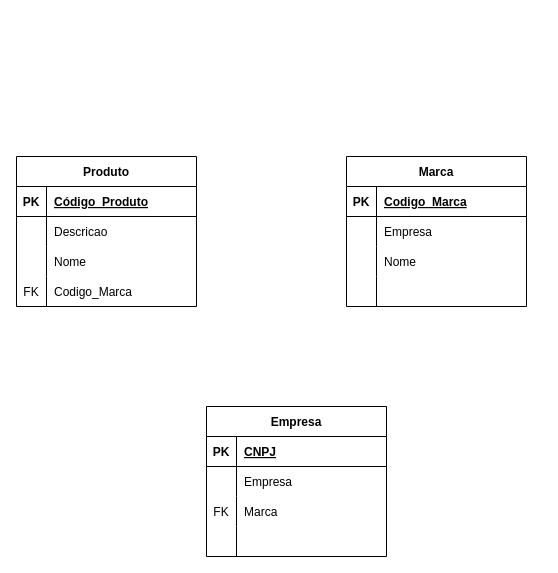
Earlier version of the draw.io diagram Banco_Dados/Der/Der_Devaria.Drawio (victor-augusto-da-silva/Devaria). Source tidied: cells renumbered, new cells numbered last; positions are measured from the earlier drawing's top-left corner, leaving out a move shared by most shapes. Both pictures are drawn from the tidied source at 100%, with x=0, y=0 at pixel (16, 156).
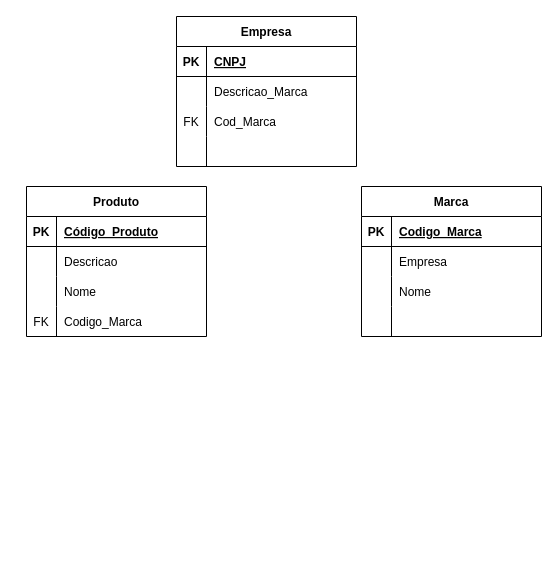
After the change.

Commit message (it also covers changes not shown here):
der devaria

The change refers to these unchanged cells:
```xml
<mxCell id="32" style="shape=tableRow;horizontal=0;startSize=0;swimlaneHead=0;swimlaneBody=0;fillColor=none;top=0;left=0;right=0;bottom=0;" parent="28" vertex="1">
  <mxGeometry y="60" width="180" height="30" as="geometry" />
</mxCell>
<mxCell id="35" style="shape=tableRow;horizontal=0;startSize=0;swimlaneHead=0;swimlaneBody=0;fillColor=none;top=0;left=0;right=0;bottom=0;" parent="28" vertex="1">
  <mxGeometry y="90" width="180" height="30" as="geometry" />
</mxCell>
```

The edit, as a diff of the source:
```diff
@@
     <mxCell id="2" value="Produto" style="shape=table;startSize=30;childLayout=tableLayout;rowLines=0;fontStyle=1;align=center;" parent="1" vertex="1">
-      <mxGeometry width="180" height="150" as="geometry" />
+      <mxGeometry x="10" y="30" width="180" height="150" as="geometry" />
     </mxCell>
@@
     <mxCell id="15" value="Marca" style="shape=table;startSize=30;childLayout=tableLayout;rowLines=0;fontStyle=1;align=center;" parent="1" vertex="1">
-      <mxGeometry x="330" width="180" height="150" as="geometry" />
+      <mxGeometry x="345" y="30" width="180" height="150" as="geometry" />
     </mxCell>
@@
     <mxCell id="28" value="Empresa" style="shape=table;startSize=30;childLayout=tableLayout;rowLines=0;fontStyle=1;align=center;" parent="1" vertex="1">
-      <mxGeometry x="190" y="250" width="180" height="150" as="geometry" />
+      <mxGeometry x="160" y="-140" width="180" height="150" as="geometry" />
     </mxCell>
@@
-    <mxCell id="34" value="Empresa" style="shape=partialRectangle;fillColor=none;top=0;left=0;bottom=0;right=0;align=left;spacingLeft=6;overflow=hidden;" parent="32" vertex="1">
+    <mxCell id="34" value="Descricao_Marca" style="shape=partialRectangle;fillColor=none;top=0;left=0;bottom=0;right=0;align=left;spacingLeft=6;overflow=hidden;" parent="32" vertex="1">
       <mxGeometry x="30" width="150" height="30" as="geometry" />
     </mxCell>
@@
-    <mxCell id="37" value="Marca" style="shape=partialRectangle;fillColor=none;top=0;left=0;bottom=0;right=0;align=left;spacingLeft=6;overflow=hidden;" parent="35" vertex="1">
+    <mxCell id="37" value="Cod_Marca" style="shape=partialRectangle;fillColor=none;top=0;left=0;bottom=0;right=0;align=left;spacingLeft=6;overflow=hidden;" parent="35" vertex="1">
       <mxGeometry x="30" width="150" height="30" as="geometry" />
     </mxCell>
```
